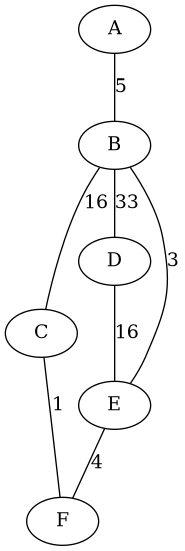
Johanx22x/DS-Project-2 keeps this Graphviz diagram as graph.png. Above is the earlier version. Its source is kept beside it as graph.dot.
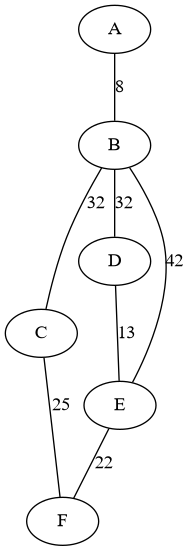
After the change.

The edit, as a diff of the source:
```diff
@@ -1,9 +1,9 @@
 graph A {
-	"A" -- "B" [label=5]
-	"B" -- "C" [label=16]
-	"B" -- "D" [label=33]
-	"B" -- "E" [label=3]
-	"C" -- "F" [label=1]
-	"D" -- "E" [label=16]
-	"E" -- "F" [label=4]
+	"A" -- "B" [label=8]
+	"B" -- "C" [label=32]
+	"B" -- "D" [label=32]
+	"B" -- "E" [label=42]
+	"C" -- "F" [label=25]
+	"D" -- "E" [label=13]
+	"E" -- "F" [label=22]
 }
```
